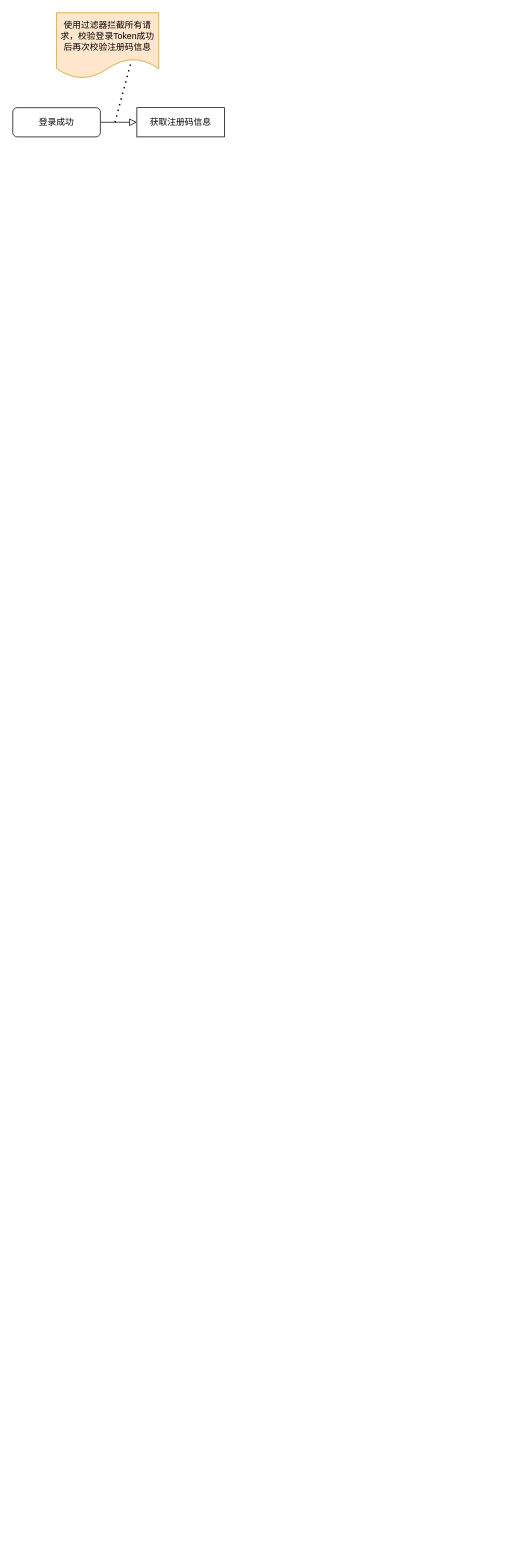
linruicheng1997/draw_repo keeps this draw.io diagram as 2024.drawio. Above is the earlier version. Source tidied: cells renumbered, new cells numbered last; positions are measured from the earlier drawing's top-left corner, leaving out a move shared by most shapes. Both pictures are drawn from the tidied source at 73%, with x=0, y=0 at pixel (12, 12).
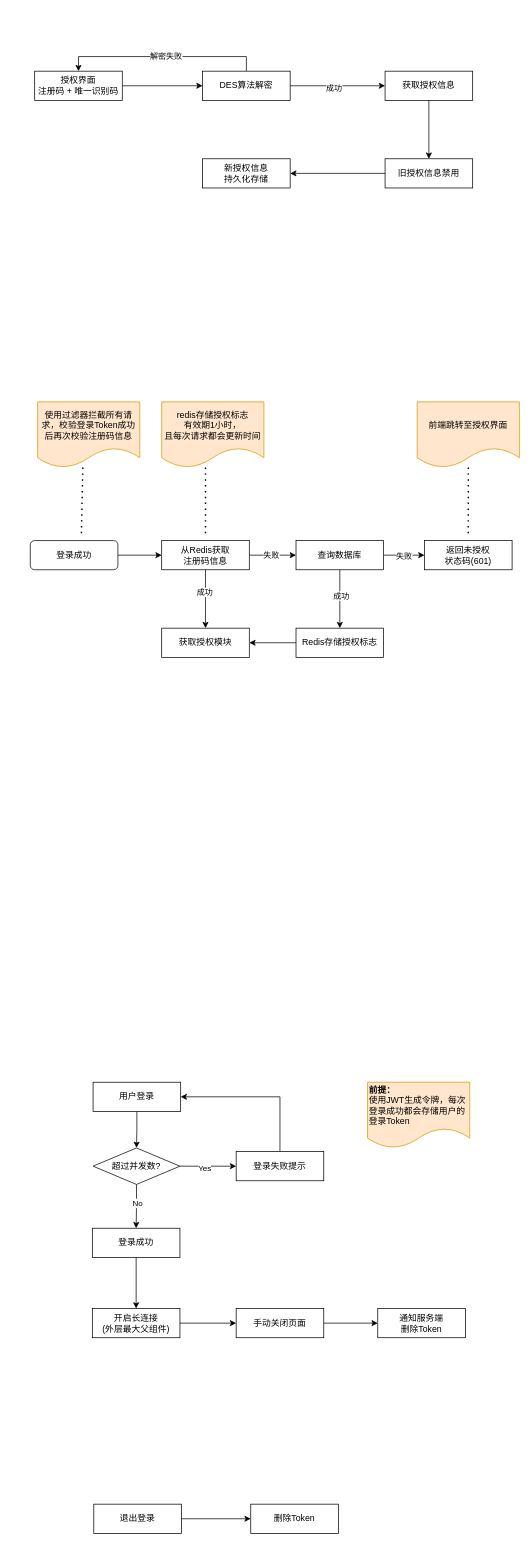
Above is the later version.

Commit message:
授权模块详细设计.drawio

What changed in the source:
```diff
@@
-    <mxCell id="2" style="rounded=0;html=1;jettySize=auto;fontSize=11;endArrow=block;endFill=0;endSize=8;strokeWidth=1;shadow=0;labelBackgroundColor=none;edgeStyle=orthogonalEdgeStyle;" parent="1" edge="1" source="3">
-      <mxGeometry relative="1" as="geometry">
-        <mxPoint x="170" y="150" as="targetPoint" />
-      </mxGeometry>
-    </mxCell>
+    <mxCell id="7" style="edgeStyle=orthogonalEdgeStyle;rounded=0;jettySize=auto;html=1;" parent="1" edge="1" source="3" target="16">
+      <mxGeometry relative="1" as="geometry" />
+    </mxCell>
     <mxCell id="3" value="登录成功" style="rounded=1;whiteSpace=wrap;html=1;fontSize=12;glass=0;strokeWidth=1;shadow=0;" parent="1" vertex="1">
-      <mxGeometry y="130" width="120" height="40" as="geometry" />
+      <mxGeometry x="24" y="723" width="120" height="40" as="geometry" />
     </mxCell>
+    <mxCell id="8" style="edgeStyle=orthogonalEdgeStyle;rounded=0;jettySize=auto;html=1;" parent="1" edge="1" source="4" target="20">
+      <mxGeometry relative="1" as="geometry" />
+    </mxCell>
+    <mxCell id="9" value="失败" style="edgeLabel;html=1;align=center;verticalAlign=middle;" parent="8" vertex="1">
+      <mxGeometry x="-0.04" y="-1" relative="1" as="geometry" />
+    </mxCell>
+    <mxCell id="10" style="edgeStyle=orthogonalEdgeStyle;rounded=0;jettySize=auto;html=1;" parent="1" edge="1" source="4" target="23">
+      <mxGeometry relative="1" as="geometry" />
+    </mxCell>
+    <mxCell id="11" value="成功" style="edgeLabel;html=1;align=center;verticalAlign=middle;" parent="10" vertex="1">
+      <mxGeometry x="-0.12" y="1" relative="1" as="geometry" />
+    </mxCell>
-    <mxCell id="4" value="获取注册码信息" style="rounded=0;whiteSpace=wrap;html=1;" parent="1" vertex="1">
-      <mxGeometry x="170" y="130" width="120" height="40" as="geometry" />
+    <mxCell id="4" value="查询数据库" style="rounded=0;whiteSpace=wrap;html=1;" parent="1" vertex="1">
+      <mxGeometry x="388" y="723" width="120" height="40" as="geometry" />
     </mxCell>
     <mxCell id="5" value="使用过滤器拦截所有请求，校验登录Token成功后再次校验注册码信息" style="shape=document;whiteSpace=wrap;html=1;boundedLbl=1;fillColor=#ffe6cc;strokeColor=#d79b00;" parent="1" vertex="1">
-      <mxGeometry x="60" width="140" height="90" as="geometry" />
+      <mxGeometry x="34" y="533" width="140" height="90" as="geometry" />
     </mxCell>
-    <mxCell id="6" style="endArrow=none;dashed=1;html=1;dashPattern=1 3;strokeWidth=2;rounded=0;entryX=0.733;entryY=0.725;entryDx=0;entryDy=0;entryPerimeter=0;" parent="1" edge="1" target="5">
-      <mxGeometry relative="1" as="geometry">
-        <mxPoint x="140" y="150" as="sourcePoint" />
-      </mxGeometry>
-    </mxCell>
+    <mxCell id="12" style="edgeStyle=orthogonalEdgeStyle;rounded=0;jettySize=auto;html=1;" parent="1" edge="1" source="16" target="4">
+      <mxGeometry relative="1" as="geometry" />
+    </mxCell>
+    <mxCell id="13" value="失败" style="edgeLabel;html=1;align=center;verticalAlign=middle;" parent="12" vertex="1">
+      <mxGeometry x="-0.1" y="1" relative="1" as="geometry" />
+    </mxCell>
+    <mxCell id="14" style="edgeStyle=orthogonalEdgeStyle;rounded=0;jettySize=auto;html=1;" parent="1" edge="1" source="16" target="21">
+      <mxGeometry relative="1" as="geometry" />
+    </mxCell>
+    <mxCell id="15" value="成功" style="edgeLabel;html=1;align=center;verticalAlign=middle;" parent="14" vertex="1">
+      <mxGeometry x="-0.25" y="-2" relative="1" as="geometry" />
+    </mxCell>
+    <mxCell id="16" value="从Redis获取&lt;div&gt;注册码信息&lt;/div&gt;" style="rounded=0;whiteSpace=wrap;html=1;" parent="1" vertex="1">
+      <mxGeometry x="204" y="723" width="120" height="40" as="geometry" />
+    </mxCell>
+    <mxCell id="17" style="endArrow=none;dashed=1;html=1;dashPattern=1 3;strokeWidth=2;rounded=0;entryX=0.443;entryY=0.973;entryDx=0;entryDy=0;entryPerimeter=0;" parent="1" edge="1" target="5">
+      <mxGeometry relative="1" as="geometry">
+        <mxPoint x="94" y="713" as="sourcePoint" />
+      </mxGeometry>
+    </mxCell>
+    <mxCell id="18" value="redis存储授权标志&lt;div&gt;有效期1小时，&lt;/div&gt;&lt;div&gt;且每次请求都会更新时间&lt;/div&gt;" style="shape=document;whiteSpace=wrap;html=1;boundedLbl=1;fillColor=#ffe6cc;strokeColor=#d79b00;" parent="1" vertex="1">
+      <mxGeometry x="204" y="533" width="140" height="90" as="geometry" />
+    </mxCell>
+    <mxCell id="19" style="endArrow=none;dashed=1;html=1;dashPattern=1 3;strokeWidth=2;rounded=0;" parent="1" edge="1">
+      <mxGeometry relative="1" as="geometry">
+        <mxPoint x="264" y="713" as="sourcePoint" />
+        <mxPoint x="264" y="623" as="targetPoint" />
+      </mxGeometry>
+    </mxCell>
+    <mxCell id="20" value="返回未授权&lt;div&gt;状态码(601)&lt;/div&gt;" style="rounded=0;whiteSpace=wrap;html=1;" parent="1" vertex="1">
+      <mxGeometry x="564" y="723" width="120" height="40" as="geometry" />
+    </mxCell>
+    <mxCell id="21" value="获取&lt;span style=&quot;background-color: initial;&quot;&gt;授权模块&lt;/span&gt;" style="rounded=0;whiteSpace=wrap;html=1;" parent="1" vertex="1">
+      <mxGeometry x="204" y="843" width="120" height="40" as="geometry" />
+    </mxCell>
+    <mxCell id="22" style="edgeStyle=orthogonalEdgeStyle;rounded=0;jettySize=auto;html=1;" parent="1" edge="1" source="23" target="21">
+      <mxGeometry relative="1" as="geometry" />
+    </mxCell>
+    <mxCell id="23" value="Redis存储授权标志" style="rounded=0;whiteSpace=wrap;html=1;" parent="1" vertex="1">
+      <mxGeometry x="388" y="843" width="120" height="40" as="geometry" />
+    </mxCell>
+    <mxCell id="24" value="前端跳转至授权界面" style="shape=document;whiteSpace=wrap;html=1;boundedLbl=1;fillColor=#ffe6cc;strokeColor=#d79b00;" parent="1" vertex="1">
+      <mxGeometry x="554" y="533" width="140" height="90" as="geometry" />
+    </mxCell>
+    <mxCell id="25" style="endArrow=none;dashed=1;html=1;dashPattern=1 3;strokeWidth=2;rounded=0;" parent="1" edge="1" target="24">
+      <mxGeometry relative="1" as="geometry">
+        <mxPoint x="624" y="713" as="sourcePoint" />
+      </mxGeometry>
+    </mxCell>
+    <mxCell id="26" style="edgeStyle=orthogonalEdgeStyle;rounded=0;jettySize=auto;html=1;" parent="1" edge="1" source="27" target="32">
+      <mxGeometry relative="1" as="geometry" />
+    </mxCell>
+    <mxCell id="27" value="授权界面&lt;div&gt;注册码 + 唯一识别码&lt;br&gt;&lt;/div&gt;" style="rounded=0;whiteSpace=wrap;html=1;" parent="1" vertex="1">
+      <mxGeometry x="30" y="80" width="120" height="40" as="geometry" />
+    </mxCell>
+    <mxCell id="28" style="edgeStyle=orthogonalEdgeStyle;rounded=0;jettySize=auto;html=1;" parent="1" edge="1" source="32" target="34">
+      <mxGeometry relative="1" as="geometry" />
+    </mxCell>
+    <mxCell id="29" value="成功" style="edgeLabel;html=1;align=center;verticalAlign=middle;" parent="28" vertex="1">
+      <mxGeometry x="-0.09" y="-3" relative="1" as="geometry" />
+    </mxCell>
+    <mxCell id="30" style="edgeStyle=orthogonalEdgeStyle;rounded=0;jettySize=auto;html=1;exitX=0.5;exitY=0;exitDx=0;exitDy=0;entryX=0.5;entryY=0;entryDx=0;entryDy=0;" parent="1" edge="1" source="32" target="27">
+      <mxGeometry relative="1" as="geometry" />
+    </mxCell>
+    <mxCell id="31" value="解密失败" style="edgeLabel;html=1;align=center;verticalAlign=middle;" parent="30" vertex="1">
+      <mxGeometry x="-0.03" y="-1" relative="1" as="geometry" />
+    </mxCell>
+    <mxCell id="32" value="DES算法解密" style="rounded=0;whiteSpace=wrap;html=1;" parent="1" vertex="1">
+      <mxGeometry x="260" y="80" width="120" height="40" as="geometry" />
+    </mxCell>
+    <mxCell id="33" style="edgeStyle=orthogonalEdgeStyle;rounded=0;jettySize=auto;html=1;exitX=0.5;exitY=1;exitDx=0;exitDy=0;entryX=0.5;entryY=0;entryDx=0;entryDy=0;" parent="1" edge="1" source="34" target="36">
+      <mxGeometry relative="1" as="geometry" />
+    </mxCell>
+    <mxCell id="34" value="获取授权信息" style="rounded=0;whiteSpace=wrap;html=1;" parent="1" vertex="1">
+      <mxGeometry x="510" y="80" width="120" height="40" as="geometry" />
+    </mxCell>
+    <mxCell id="35" style="edgeStyle=orthogonalEdgeStyle;rounded=0;jettySize=auto;html=1;" parent="1" edge="1" source="36" target="37">
+      <mxGeometry relative="1" as="geometry" />
+    </mxCell>
+    <mxCell id="36" value="旧授权信息禁用" style="rounded=0;whiteSpace=wrap;html=1;" parent="1" vertex="1">
+      <mxGeometry x="510" y="200" width="120" height="40" as="geometry" />
+    </mxCell>
+    <mxCell id="37" value="新授权信息&lt;div&gt;持久化存储&lt;/div&gt;" style="rounded=0;whiteSpace=wrap;html=1;" parent="1" vertex="1">
+      <mxGeometry x="260" y="200" width="120" height="40" as="geometry" />
+    </mxCell>
+    <mxCell id="38" style="edgeStyle=orthogonalEdgeStyle;rounded=0;jettySize=auto;html=1;" parent="1" edge="1" source="39" target="46">
+      <mxGeometry relative="1" as="geometry" />
+    </mxCell>
+    <mxCell id="39" value="用户登录" style="rounded=0;whiteSpace=wrap;html=1;" parent="1" vertex="1">
+      <mxGeometry x="110" y="1465" width="120" height="40" as="geometry" />
+    </mxCell>
+    <mxCell id="40" style="edgeStyle=orthogonalEdgeStyle;rounded=0;jettySize=auto;html=1;" parent="1" edge="1" source="41" target="53">
+      <mxGeometry relative="1" as="geometry" />
+    </mxCell>
+    <mxCell id="41" value="登录成功" style="rounded=0;whiteSpace=wrap;html=1;" parent="1" vertex="1">
+      <mxGeometry x="109" y="1665" width="120" height="40" as="geometry" />
+    </mxCell>
+    <mxCell id="42" style="edgeStyle=orthogonalEdgeStyle;rounded=0;jettySize=auto;html=1;" parent="1" edge="1" source="46" target="48">
+      <mxGeometry relative="1" as="geometry" />
+    </mxCell>
+    <mxCell id="43" value="Yes" style="edgeLabel;html=1;align=center;verticalAlign=middle;" parent="42" vertex="1">
+      <mxGeometry x="-0.14" y="-2" relative="1" as="geometry" />
+    </mxCell>
+    <mxCell id="44" style="edgeStyle=orthogonalEdgeStyle;rounded=0;jettySize=auto;html=1;" parent="1" edge="1" source="46" target="41">
+      <mxGeometry relative="1" as="geometry" />
+    </mxCell>
+    <mxCell id="45" value="No" style="edgeLabel;html=1;align=center;verticalAlign=middle;" parent="44" vertex="1">
+      <mxGeometry x="-0.17" y="1" relative="1" as="geometry" />
+    </mxCell>
+    <mxCell id="46" value="超过并发数?" style="rhombus;whiteSpace=wrap;html=1;" parent="1" vertex="1">
+      <mxGeometry x="110" y="1555" width="119" height="50" as="geometry" />
+    </mxCell>
+    <mxCell id="47" style="edgeStyle=orthogonalEdgeStyle;rounded=0;jettySize=auto;html=1;exitX=0.5;exitY=0;exitDx=0;exitDy=0;entryX=1;entryY=0.5;entryDx=0;entryDy=0;" parent="1" edge="1" source="48" target="39">
+      <mxGeometry relative="1" as="geometry" />
+    </mxCell>
+    <mxCell id="48" value="登录失败提示" style="rounded=0;whiteSpace=wrap;html=1;" parent="1" vertex="1">
+      <mxGeometry x="306" y="1560" width="120" height="40" as="geometry" />
+    </mxCell>
+    <mxCell id="49" style="edgeStyle=orthogonalEdgeStyle;rounded=0;jettySize=auto;html=1;" parent="1" edge="1" source="50" target="51">
+      <mxGeometry relative="1" as="geometry" />
+    </mxCell>
+    <mxCell id="50" value="退出登录" style="rounded=0;whiteSpace=wrap;html=1;" parent="1" vertex="1">
+      <mxGeometry x="111" y="2043" width="120" height="40" as="geometry" />
+    </mxCell>
+    <mxCell id="51" value="删除Token" style="rounded=0;whiteSpace=wrap;html=1;" parent="1" vertex="1">
+      <mxGeometry x="326" y="2043" width="120" height="40" as="geometry" />
+    </mxCell>
+    <mxCell id="52" style="edgeStyle=orthogonalEdgeStyle;rounded=0;jettySize=auto;html=1;" parent="1" edge="1" source="53" target="55">
+      <mxGeometry relative="1" as="geometry" />
+    </mxCell>
+    <mxCell id="53" value="开启长连接&lt;div&gt;(外层最大父组件)&lt;/div&gt;" style="rounded=0;whiteSpace=wrap;html=1;" parent="1" vertex="1">
+      <mxGeometry x="109" y="1775" width="120" height="40" as="geometry" />
+    </mxCell>
+    <mxCell id="54" style="edgeStyle=orthogonalEdgeStyle;rounded=0;jettySize=auto;html=1;" parent="1" edge="1" source="55" target="56">
+      <mxGeometry relative="1" as="geometry" />
+    </mxCell>
+    <mxCell id="55" value="手动关闭页面" style="rounded=0;whiteSpace=wrap;html=1;" parent="1" vertex="1">
+      <mxGeometry x="306" y="1775" width="120" height="40" as="geometry" />
+    </mxCell>
+    <mxCell id="56" value="通知服务端&lt;div&gt;删除Token&lt;/div&gt;" style="rounded=0;whiteSpace=wrap;html=1;" parent="1" vertex="1">
+      <mxGeometry x="500" y="1775" width="120" height="40" as="geometry" />
+    </mxCell>
+    <mxCell id="57" value="&lt;b&gt;前提：&lt;/b&gt;&lt;div&gt;使用JWT生成令牌，每次登录成功都会存储用户的登录Token&lt;/div&gt;" style="shape=document;whiteSpace=wrap;html=1;boundedLbl=1;fillColor=#ffe6cc;strokeColor=#d79b00;align=left;" parent="1" vertex="1">
+      <mxGeometry x="486" y="1465" width="140" height="90" as="geometry" />
+    </mxCell>
```
